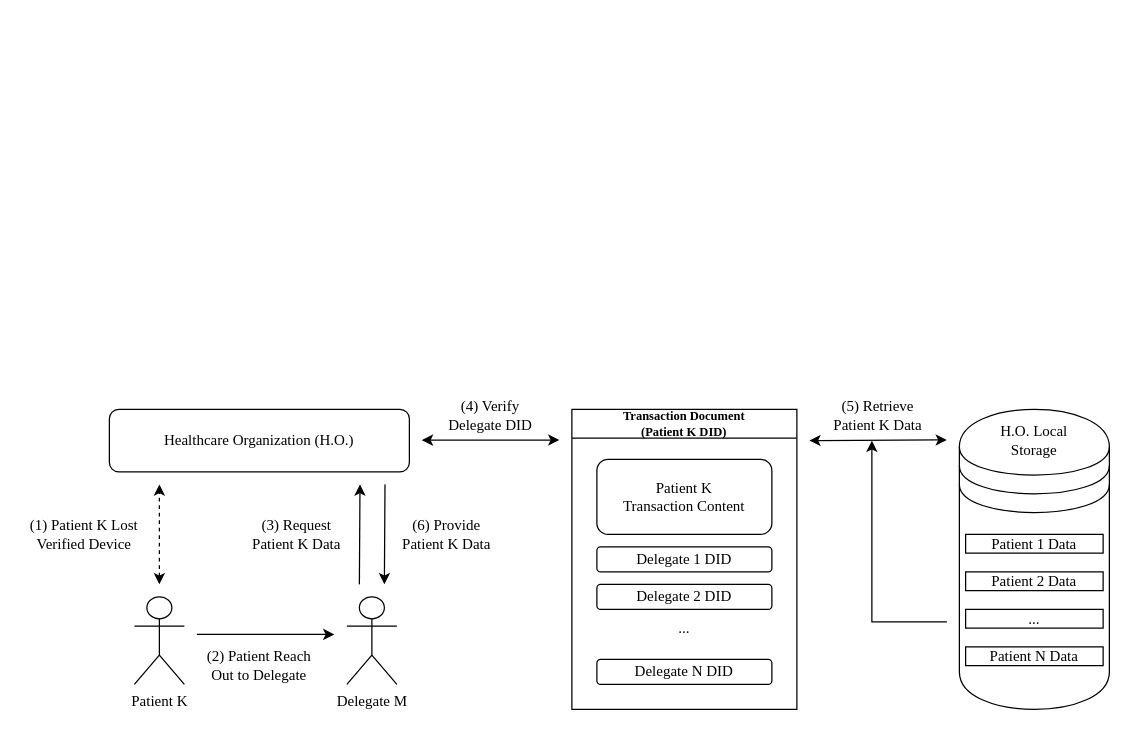
Earlier version of the draw.io diagram page "Recovery Process" (3 of 3) of healthcare_blockchain.drawio (WilliamStar007/Interoperable-Healthcare-Blockchain-Diagram). Source tidied: cells renumbered, new cells numbered last; positions are measured from the earlier drawing's top-left corner, leaving out a move shared by most shapes. Both pictures are drawn from the tidied source at 125%, with x=0, y=0 at pixel (21, 396).
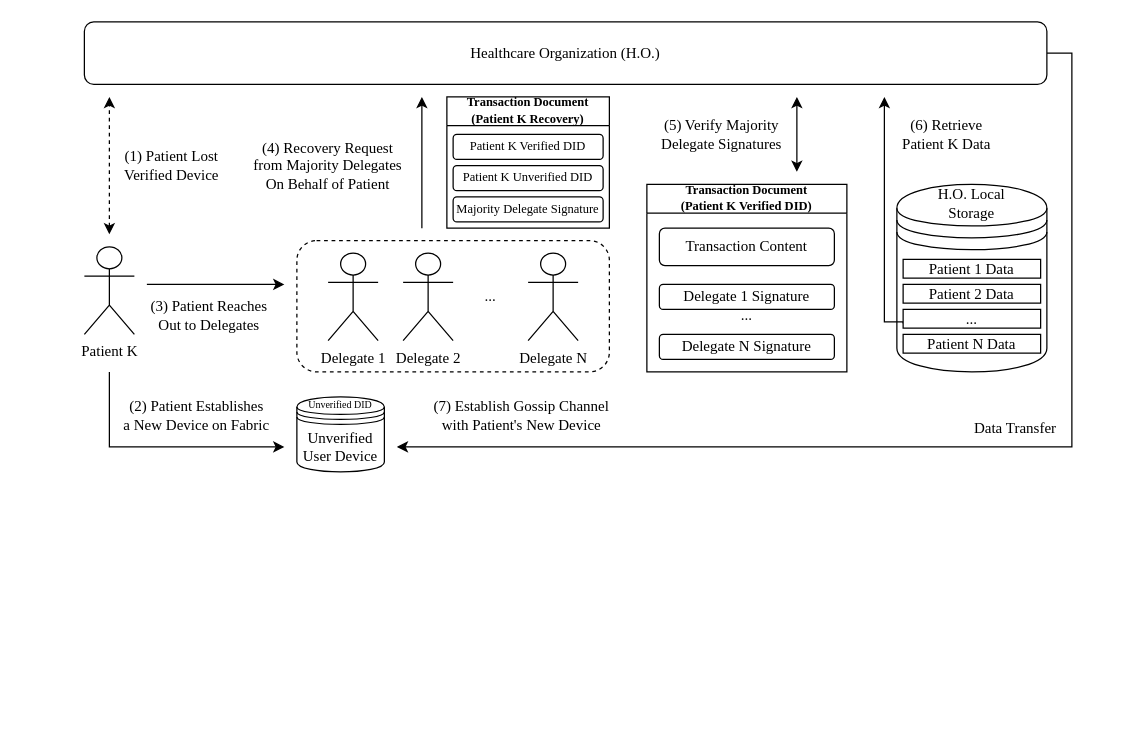
The same page after the edit.

The edit, as a diff of the source:
```diff
@@
+    <mxCell id="30" style="rounded=1;whiteSpace=wrap;html=1;dashed=1;fontFamily=Times New Roman;" parent="1" vertex="1">
+      <mxGeometry x="220" y="-125" width="250" height="105" as="geometry" />
+    </mxCell>
-    <mxCell id="2" value="Delegate M" style="shape=umlActor;verticalLabelPosition=bottom;verticalAlign=top;html=1;fontFamily=Times New Roman;" parent="1" vertex="1">
-      <mxGeometry x="260" y="160" width="40" height="70" as="geometry" />
+    <mxCell id="2" value="Delegate 1" style="shape=umlActor;verticalLabelPosition=bottom;verticalAlign=top;html=1;fontFamily=Times New Roman;" parent="1" vertex="1">
+      <mxGeometry x="245" y="-115" width="40" height="70" as="geometry" />
     </mxCell>
     <mxCell id="3" style="endArrow=classic;html=1;rounded=0;fontFamily=Times New Roman;" parent="1" edge="1">
       <mxGeometry relative="1" as="geometry">
-        <mxPoint x="270" y="150" as="sourcePoint" />
-        <mxPoint x="270.5" y="70" as="targetPoint" />
+        <mxPoint x="320" y="-135" as="sourcePoint" />
+        <mxPoint x="320" y="-240" as="targetPoint" />
       </mxGeometry>
     </mxCell>
+    <mxCell id="31" style="edgeStyle=orthogonalEdgeStyle;rounded=0;jettySize=auto;html=1;exitX=1;exitY=0.5;exitDx=0;exitDy=0;fontFamily=Times New Roman;" parent="1" edge="1" source="4">
+      <mxGeometry relative="1" as="geometry">
+        <mxPoint x="300" y="40" as="targetPoint" />
+        <Array as="points">
+          <mxPoint x="840" y="-275" />
+          <mxPoint x="840" y="40" />
+          <mxPoint x="300" y="40" />
+        </Array>
+      </mxGeometry>
+    </mxCell>
     <mxCell id="4" value="Healthcare Organization (H.O.)" style="rounded=1;whiteSpace=wrap;html=1;fontFamily=Times New Roman;" parent="1" vertex="1">
-      <mxGeometry x="70" y="10" width="240" height="50" as="geometry" />
+      <mxGeometry x="50" y="-300" width="770" height="50" as="geometry" />
     </mxCell>
-    <mxCell id="5" style="endArrow=classic;html=1;rounded=0;startArrow=classic;startFill=1;fontFamily=Times New Roman;" parent="1" edge="1">
-      <mxGeometry relative="1" as="geometry">
-        <mxPoint x="320" y="34.6" as="sourcePoint" />
-        <mxPoint x="430" y="34.5" as="targetPoint" />
-      </mxGeometry>
-    </mxCell>
-    <mxCell id="6" value="&lt;p style=&quot;line-height: 100%;&quot;&gt;&lt;font style=&quot;font-size: 10px;&quot;&gt;Transaction Document&lt;br&gt;(Patient K DID)&lt;/font&gt;&lt;/p&gt;" style="swimlane;whiteSpace=wrap;html=1;fontFamily=Times New Roman;spacingTop=-2;" parent="1" vertex="1">
-      <mxGeometry x="440" y="10" width="180" height="240" as="geometry" />
-    </mxCell>
-    <mxCell id="7" value="Patient K &lt;br&gt;Transaction Content" style="rounded=1;whiteSpace=wrap;html=1;fontFamily=Times New Roman;" parent="6" vertex="1">
-      <mxGeometry x="20" y="40" width="140" height="60" as="geometry" />
-    </mxCell>
-    <mxCell id="8" value="Delegate 1 DID" style="rounded=1;whiteSpace=wrap;html=1;fontFamily=Times New Roman;" parent="6" vertex="1">
-      <mxGeometry x="20" y="110" width="140" height="20" as="geometry" />
-    </mxCell>
-    <mxCell id="9" value="Delegate 2 DID" style="rounded=1;whiteSpace=wrap;html=1;fontFamily=Times New Roman;" parent="6" vertex="1">
-      <mxGeometry x="20" y="140" width="140" height="20" as="geometry" />
-    </mxCell>
-    <mxCell id="10" value="..." style="text;html=1;strokeColor=none;fillColor=none;align=center;verticalAlign=middle;whiteSpace=wrap;rounded=0;fontFamily=Times New Roman;" parent="6" vertex="1">
-      <mxGeometry x="60" y="160" width="60" height="30" as="geometry" />
-    </mxCell>
-    <mxCell id="11" value="Delegate N DID" style="rounded=1;whiteSpace=wrap;html=1;fontFamily=Times New Roman;" parent="6" vertex="1">
-      <mxGeometry x="20" y="200" width="140" height="20" as="geometry" />
-    </mxCell>
-    <mxCell id="12" style="endArrow=none;html=1;rounded=0;startArrow=classic;startFill=1;endFill=0;fontFamily=Times New Roman;" parent="1" edge="1">
-      <mxGeometry relative="1" as="geometry">
-        <mxPoint x="290" y="150" as="sourcePoint" />
-        <mxPoint x="290.5" y="70" as="targetPoint" />
-      </mxGeometry>
-    </mxCell>
-    <mxCell id="13" value="(4) Verify Delegate DID" style="text;html=1;strokeColor=none;fillColor=none;align=center;verticalAlign=middle;whiteSpace=wrap;rounded=0;fontFamily=Times New Roman;" parent="1" vertex="1">
-      <mxGeometry x="335" width="80" height="30" as="geometry" />
-    </mxCell>
-    <mxCell id="14" style="endArrow=classic;html=1;rounded=0;startArrow=classic;startFill=1;fontFamily=Times New Roman;" parent="1" edge="1">
-      <mxGeometry relative="1" as="geometry">
-        <mxPoint x="630" y="35" as="sourcePoint" />
-        <mxPoint x="740" y="34.4" as="targetPoint" />
-      </mxGeometry>
-    </mxCell>
-    <mxCell id="15" style="shape=datastore;whiteSpace=wrap;html=1;fontFamily=Times New Roman;" parent="1" vertex="1">
-      <mxGeometry x="750" y="10" width="120" height="240" as="geometry" />
-    </mxCell>
-    <mxCell id="16" value="H.O. Local Storage" style="text;html=1;strokeColor=none;fillColor=none;align=center;verticalAlign=middle;whiteSpace=wrap;rounded=0;fontFamily=Times New Roman;" parent="1" vertex="1">
-      <mxGeometry x="780" y="20" width="60" height="30" as="geometry" />
-    </mxCell>
-    <mxCell id="17" value="Patient 1 Data" style="rounded=0;whiteSpace=wrap;html=1;fontFamily=Times New Roman;" parent="1" vertex="1">
-      <mxGeometry x="755" y="110" width="110" height="15" as="geometry" />
-    </mxCell>
-    <mxCell id="18" value="Patient 2 Data" style="rounded=0;whiteSpace=wrap;html=1;fontFamily=Times New Roman;" parent="1" vertex="1">
-      <mxGeometry x="755" y="140" width="110" height="15" as="geometry" />
-    </mxCell>
-    <mxCell id="19" style="edgeStyle=orthogonalEdgeStyle;rounded=0;orthogonalLoop=1;jettySize=auto;html=1;fontFamily=Times New Roman;" parent="1" edge="1">
-      <mxGeometry relative="1" as="geometry">
-        <mxPoint x="740" y="180" as="sourcePoint" />
-        <mxPoint x="680" y="35" as="targetPoint" />
-        <Array as="points">
-          <mxPoint x="740" y="180" />
-          <mxPoint x="680" y="180" />
-        </Array>
-      </mxGeometry>
-    </mxCell>
-    <mxCell id="20" value="..." style="rounded=0;whiteSpace=wrap;html=1;fontFamily=Times New Roman;" parent="1" vertex="1">
-      <mxGeometry x="755" y="170" width="110" height="15" as="geometry" />
-    </mxCell>
-    <mxCell id="21" value="Patient N Data" style="rounded=0;whiteSpace=wrap;html=1;fontFamily=Times New Roman;" parent="1" vertex="1">
-      <mxGeometry x="755" y="200" width="110" height="15" as="geometry" />
-    </mxCell>
-    <mxCell id="22" value="(5) Retrieve Patient K Data" style="text;html=1;strokeColor=none;fillColor=none;align=center;verticalAlign=middle;whiteSpace=wrap;rounded=0;fontFamily=Times New Roman;" parent="1" vertex="1">
-      <mxGeometry x="645" width="80" height="30" as="geometry" />
-    </mxCell>
-    <mxCell id="23" value="(3) Request Patient K Data" style="text;html=1;strokeColor=none;fillColor=none;align=center;verticalAlign=middle;whiteSpace=wrap;rounded=0;fontFamily=Times New Roman;" parent="1" vertex="1">
-      <mxGeometry x="180" y="95" width="80" height="30" as="geometry" />
+    <mxCell id="23" value="(4) Recovery Request from Majority Delegates On Behalf of Patient" style="text;html=1;strokeColor=none;fillColor=none;align=center;verticalAlign=middle;whiteSpace=wrap;rounded=0;fontFamily=Times New Roman;" parent="1" vertex="1">
+      <mxGeometry x="180" y="-207.5" width="130" height="45" as="geometry" />
     </mxCell>
-    <mxCell id="24" value="(6) Provide Patient K Data" style="text;html=1;strokeColor=none;fillColor=none;align=center;verticalAlign=middle;whiteSpace=wrap;rounded=0;fontFamily=Times New Roman;" parent="1" vertex="1">
-      <mxGeometry x="300" y="95" width="80" height="30" as="geometry" />
-    </mxCell>
+    <mxCell id="32" style="edgeStyle=orthogonalEdgeStyle;rounded=0;orthogonalLoop=1;jettySize=auto;html=1;fontFamily=Times New Roman;" parent="1" edge="1">
+      <mxGeometry relative="1" as="geometry">
+        <mxPoint x="70" y="-20" as="sourcePoint" />
+        <mxPoint x="210" y="40" as="targetPoint" />
+        <Array as="points">
+          <mxPoint x="70" y="40" />
+          <mxPoint x="120" y="40" />
+        </Array>
+      </mxGeometry>
+    </mxCell>
     <mxCell id="25" value="Patient K" style="shape=umlActor;verticalLabelPosition=bottom;verticalAlign=top;html=1;fontFamily=Times New Roman;" parent="1" vertex="1">
-      <mxGeometry x="90" y="160" width="40" height="70" as="geometry" />
+      <mxGeometry x="50" y="-120" width="40" height="70" as="geometry" />
     </mxCell>
     <mxCell id="26" style="endArrow=classic;html=1;rounded=0;startArrow=classic;startFill=1;dashed=1;fontFamily=Times New Roman;" parent="1" edge="1">
       <mxGeometry relative="1" as="geometry">
-        <mxPoint x="110" y="150" as="sourcePoint" />
-        <mxPoint x="110" y="70" as="targetPoint" />
+        <mxPoint x="70" y="-130" as="sourcePoint" />
+        <mxPoint x="70" y="-240" as="targetPoint" />
       </mxGeometry>
     </mxCell>
     <mxCell id="27" style="endArrow=classic;html=1;rounded=0;fontFamily=Times New Roman;" parent="1" edge="1">
       <mxGeometry relative="1" as="geometry">
-        <mxPoint x="140" y="190" as="sourcePoint" />
-        <mxPoint x="250" y="190" as="targetPoint" />
+        <mxPoint x="100" y="-90" as="sourcePoint" />
+        <mxPoint x="210" y="-90" as="targetPoint" />
       </mxGeometry>
     </mxCell>
-    <mxCell id="28" value="(1) Patient K Lost Verified Device" style="text;html=1;strokeColor=none;fillColor=none;align=center;verticalAlign=middle;whiteSpace=wrap;rounded=0;fontFamily=Times New Roman;" parent="1" vertex="1">
-      <mxGeometry y="95" width="100" height="30" as="geometry" />
+    <mxCell id="28" value="(1) Patient Lost Verified Device" style="text;html=1;strokeColor=none;fillColor=none;align=center;verticalAlign=middle;whiteSpace=wrap;rounded=0;fontFamily=Times New Roman;" parent="1" vertex="1">
+      <mxGeometry x="70" y="-200" width="100" height="30" as="geometry" />
     </mxCell>
-    <mxCell id="29" value="(2) Patient Reach Out to Delegate" style="text;html=1;strokeColor=none;fillColor=none;align=center;verticalAlign=middle;whiteSpace=wrap;rounded=0;fontFamily=Times New Roman;" parent="1" vertex="1">
-      <mxGeometry x="140" y="200" width="100" height="30" as="geometry" />
+    <mxCell id="29" value="(3) Patient Reaches Out to Delegates" style="text;html=1;strokeColor=none;fillColor=none;align=center;verticalAlign=middle;whiteSpace=wrap;rounded=0;fontFamily=Times New Roman;" parent="1" vertex="1">
+      <mxGeometry x="100" y="-80" width="100" height="30" as="geometry" />
     </mxCell>
+    <mxCell id="33" value="Delegate 2" style="shape=umlActor;verticalLabelPosition=bottom;verticalAlign=top;html=1;fontFamily=Times New Roman;" parent="1" vertex="1">
+      <mxGeometry x="305" y="-115" width="40" height="70" as="geometry" />
+    </mxCell>
+    <mxCell id="34" value="Delegate N" style="shape=umlActor;verticalLabelPosition=bottom;verticalAlign=top;html=1;fontFamily=Times New Roman;" parent="1" vertex="1">
+      <mxGeometry x="405" y="-115" width="40" height="70" as="geometry" />
+    </mxCell>
+    <mxCell id="35" value="..." style="text;html=1;strokeColor=none;fillColor=none;align=center;verticalAlign=middle;whiteSpace=wrap;rounded=0;fontFamily=Times New Roman;" parent="1" vertex="1">
+      <mxGeometry x="345" y="-95" width="60" height="30" as="geometry" />
+    </mxCell>
+    <mxCell id="36" value="&lt;p style=&quot;line-height: 100%;&quot;&gt;&lt;font style=&quot;font-size: 10px;&quot;&gt;Transaction Document&lt;br&gt;(Patient K Verified DID)&lt;/font&gt;&lt;/p&gt;" style="swimlane;whiteSpace=wrap;html=1;fontFamily=Times New Roman;spacingTop=-3;" parent="1" vertex="1">
+      <mxGeometry x="500" y="-170" width="160" height="150" as="geometry" />
+    </mxCell>
+    <mxCell id="37" value="Transaction Content" style="rounded=1;whiteSpace=wrap;html=1;fontFamily=Times New Roman;" parent="36" vertex="1">
+      <mxGeometry x="10" y="35" width="140" height="30" as="geometry" />
+    </mxCell>
+    <mxCell id="38" value="Delegate 1 Signature" style="rounded=1;whiteSpace=wrap;html=1;fontFamily=Times New Roman;" parent="36" vertex="1">
+      <mxGeometry x="10" y="80" width="140" height="20" as="geometry" />
+    </mxCell>
+    <mxCell id="39" value="..." style="text;html=1;strokeColor=none;fillColor=none;align=center;verticalAlign=middle;whiteSpace=wrap;rounded=0;fontFamily=Times New Roman;" parent="36" vertex="1">
+      <mxGeometry x="50" y="90" width="60" height="30" as="geometry" />
+    </mxCell>
+    <mxCell id="40" value="Delegate N Signature" style="rounded=1;whiteSpace=wrap;html=1;fontFamily=Times New Roman;" parent="36" vertex="1">
+      <mxGeometry x="10" y="120" width="140" height="20" as="geometry" />
+    </mxCell>
+    <mxCell id="41" style="shape=datastore;whiteSpace=wrap;html=1;fontFamily=Times New Roman;" parent="1" vertex="1">
+      <mxGeometry x="700" y="-170" width="120" height="150" as="geometry" />
+    </mxCell>
+    <mxCell id="16" value="H.O. Local Storage" style="text;html=1;strokeColor=none;fillColor=none;align=center;verticalAlign=middle;whiteSpace=wrap;rounded=0;fontFamily=Times New Roman;" parent="1" vertex="1">
+      <mxGeometry x="730" y="-170" width="60" height="30" as="geometry" />
+    </mxCell>
+    <mxCell id="17" value="Patient 1 Data" style="rounded=0;whiteSpace=wrap;html=1;fontFamily=Times New Roman;" parent="1" vertex="1">
+      <mxGeometry x="705" y="-110" width="110" height="15" as="geometry" />
+    </mxCell>
+    <mxCell id="18" value="Patient 2 Data" style="rounded=0;whiteSpace=wrap;html=1;fontFamily=Times New Roman;" parent="1" vertex="1">
+      <mxGeometry x="705" y="-90" width="110" height="15" as="geometry" />
+    </mxCell>
+    <mxCell id="42" style="edgeStyle=orthogonalEdgeStyle;rounded=0;jettySize=auto;html=1;exitX=0;exitY=0.75;exitDx=0;exitDy=0;fontFamily=Times New Roman;" parent="1" edge="1" source="20">
+      <mxGeometry relative="1" as="geometry">
+        <mxPoint x="690" y="-240" as="targetPoint" />
+        <Array as="points">
+          <mxPoint x="705" y="-60" />
+          <mxPoint x="690" y="-60" />
+          <mxPoint x="690" y="-210" />
+        </Array>
+      </mxGeometry>
+    </mxCell>
+    <mxCell id="20" value="..." style="rounded=0;whiteSpace=wrap;html=1;fontFamily=Times New Roman;" parent="1" vertex="1">
+      <mxGeometry x="705" y="-70" width="110" height="15" as="geometry" />
+    </mxCell>
+    <mxCell id="21" value="Patient N Data" style="rounded=0;whiteSpace=wrap;html=1;fontFamily=Times New Roman;" parent="1" vertex="1">
+      <mxGeometry x="705" y="-50" width="110" height="15" as="geometry" />
+    </mxCell>
+    <mxCell id="43" value="(6) Retrieve Patient K Data" style="text;html=1;strokeColor=none;fillColor=none;align=center;verticalAlign=middle;whiteSpace=wrap;rounded=0;fontFamily=Times New Roman;" parent="1" vertex="1">
+      <mxGeometry x="700" y="-225" width="80" height="30" as="geometry" />
+    </mxCell>
+    <mxCell id="44" value="(5) Verify Majority Delegate Signatures" style="text;html=1;strokeColor=none;fillColor=none;align=center;verticalAlign=middle;whiteSpace=wrap;rounded=0;fontFamily=Times New Roman;" parent="1" vertex="1">
+      <mxGeometry x="510" y="-225" width="100" height="30" as="geometry" />
+    </mxCell>
+    <mxCell id="45" style="endArrow=classic;html=1;rounded=0;startArrow=classic;startFill=1;fontFamily=Times New Roman;" parent="1" edge="1">
+      <mxGeometry relative="1" as="geometry">
+        <mxPoint x="620" y="-180" as="sourcePoint" />
+        <mxPoint x="620" y="-240" as="targetPoint" />
+      </mxGeometry>
+    </mxCell>
+    <mxCell id="46" value="Unverified User Device" style="shape=datastore;whiteSpace=wrap;html=1;fontFamily=Times New Roman;" parent="1" vertex="1">
+      <mxGeometry x="220" width="70" height="60" as="geometry" />
+    </mxCell>
+    <mxCell id="47" value="(2) Patient Establishes&lt;br&gt;a New Device on Fabric" style="text;html=1;strokeColor=none;fillColor=none;align=center;verticalAlign=middle;whiteSpace=wrap;rounded=0;fontFamily=Times New Roman;" parent="1" vertex="1">
+      <mxGeometry x="80" width="120" height="30" as="geometry" />
+    </mxCell>
+    <mxCell id="48" value="(7) Establish Gossip Channel &lt;br&gt;with Patient's New Device" style="text;html=1;strokeColor=none;fillColor=none;align=center;verticalAlign=middle;whiteSpace=wrap;rounded=0;fontFamily=Times New Roman;" parent="1" vertex="1">
+      <mxGeometry x="320" width="160" height="30" as="geometry" />
+    </mxCell>
+    <mxCell id="49" value="Data Transfer" style="text;html=1;strokeColor=none;fillColor=none;align=center;verticalAlign=middle;whiteSpace=wrap;rounded=0;fontFamily=Times New Roman;" parent="1" vertex="1">
+      <mxGeometry x="750" y="10" width="90" height="30" as="geometry" />
+    </mxCell>
+    <mxCell id="50" value="&lt;p style=&quot;line-height: 100%;&quot;&gt;&lt;font style=&quot;font-size: 10px;&quot;&gt;Transaction Document&lt;br style=&quot;border-color: var(--border-color);&quot;&gt;&lt;span style=&quot;&quot;&gt;(Patient K Recovery)&lt;/span&gt;&lt;/font&gt;&lt;/p&gt;" style="swimlane;whiteSpace=wrap;html=1;spacingTop=-3;fontFamily=Times New Roman;" parent="1" vertex="1">
+      <mxGeometry x="340" y="-240" width="130" height="105" as="geometry" />
+    </mxCell>
+    <mxCell id="51" value="&lt;p style=&quot;line-height: 100%;&quot;&gt;&lt;font style=&quot;font-size: 10px;&quot;&gt;Patient K Verified DID&lt;/font&gt;&lt;/p&gt;" style="rounded=1;whiteSpace=wrap;html=1;fontFamily=Times New Roman;spacingTop=-2;" parent="50" vertex="1">
+      <mxGeometry x="5" y="30" width="120" height="20" as="geometry" />
+    </mxCell>
+    <mxCell id="52" value="&lt;p style=&quot;line-height: 100%;&quot;&gt;&lt;font style=&quot;font-size: 10px;&quot;&gt;Patient K Unverified DID&lt;/font&gt;&lt;/p&gt;" style="rounded=1;whiteSpace=wrap;html=1;fontFamily=Times New Roman;spacingTop=-2;" parent="50" vertex="1">
+      <mxGeometry x="5" y="55" width="120" height="20" as="geometry" />
+    </mxCell>
+    <mxCell id="53" value="&lt;p style=&quot;line-height: 100%;&quot;&gt;&lt;font style=&quot;font-size: 10px;&quot;&gt;Majority Delegate Signature&lt;/font&gt;&lt;/p&gt;" style="rounded=1;whiteSpace=wrap;html=1;fontFamily=Times New Roman;spacingTop=-2;" parent="50" vertex="1">
+      <mxGeometry x="5" y="80" width="120" height="20" as="geometry" />
+    </mxCell>
+    <mxCell id="54" value="&lt;font style=&quot;font-size: 8px;&quot;&gt;Unverified DID&lt;/font&gt;" style="text;html=1;strokeColor=none;fillColor=none;align=center;verticalAlign=middle;whiteSpace=wrap;rounded=0;fontFamily=Times New Roman;" parent="1" vertex="1">
+      <mxGeometry x="220" width="70" height="10" as="geometry" />
+    </mxCell>
```
